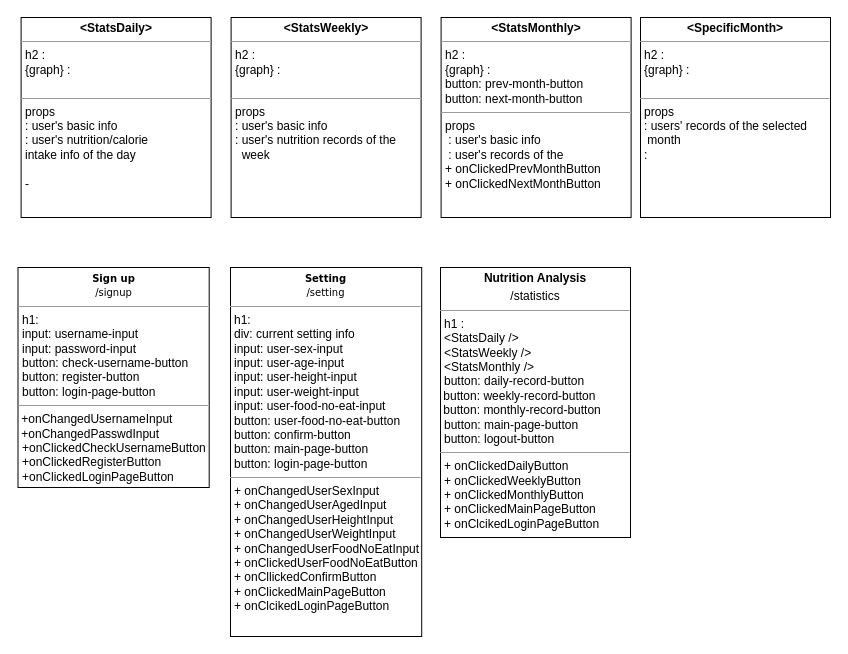
Above: diagrams/Bang.drawio in swsnu/swpp2021-team5 (draw.io), before the change. Source tidied: cells renumbered, new cells numbered last; positions are measured from the earlier drawing's top-left corner, leaving out a move shared by most shapes. Both pictures are drawn from the tidied source at 100%, with x=0, y=0 at pixel (18, 17).
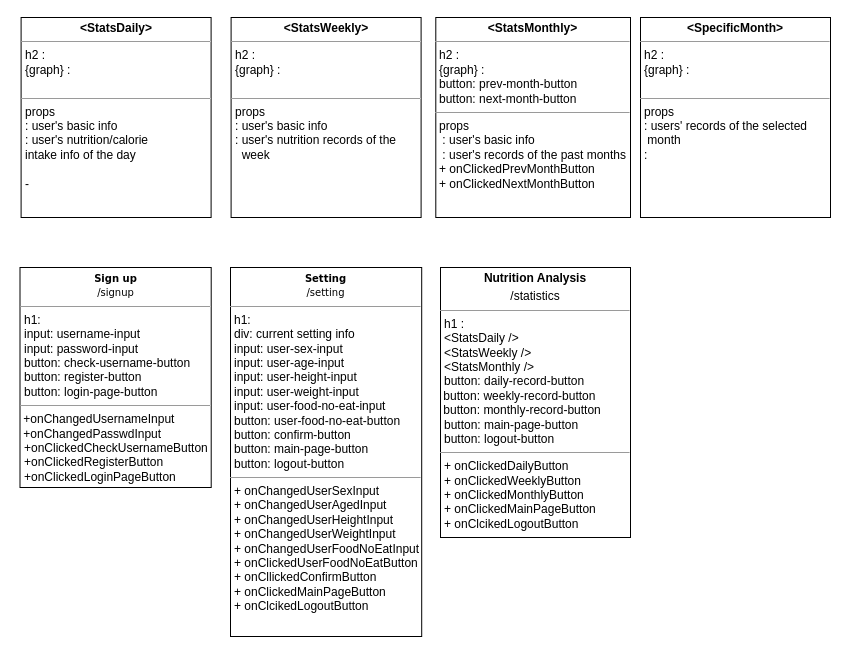
Above is the later version.

Diff of the diagram source:
```diff
@@
 <mxGraphModel>
   <root>
     <mxCell id="0" />
     <mxCell id="1" parent="0" />
     <mxCell id="2" value="&lt;p style=&quot;margin: 0px ; margin-top: 4px ; text-align: center&quot;&gt;&lt;b&gt;&amp;lt;StatsDaily&amp;gt;&lt;/b&gt;&lt;/p&gt;&lt;hr size=&quot;1&quot;&gt;&lt;p style=&quot;margin: 0px ; margin-left: 4px&quot;&gt;h2 :&amp;nbsp;&lt;br&gt;&lt;/p&gt;&lt;p style=&quot;margin: 0px ; margin-left: 4px&quot;&gt;{graph} :&amp;nbsp;&lt;/p&gt;&lt;p style=&quot;margin: 0px ; margin-left: 4px&quot;&gt;&lt;br&gt;&lt;/p&gt;&lt;hr size=&quot;1&quot;&gt;&lt;p style=&quot;margin: 0px ; margin-left: 4px&quot;&gt;props&lt;/p&gt;&lt;p style=&quot;margin: 0px ; margin-left: 4px&quot;&gt;: user's basic info&lt;br&gt;&lt;/p&gt;&lt;p style=&quot;margin: 0px ; margin-left: 4px&quot;&gt;: user's nutrition/calorie&lt;/p&gt;&lt;p style=&quot;margin: 0px ; margin-left: 4px&quot;&gt;intake info of the day&lt;/p&gt;&lt;p style=&quot;margin: 0px ; margin-left: 4px&quot;&gt;&lt;br&gt;&lt;/p&gt;&lt;p style=&quot;margin: 0px ; margin-left: 4px&quot;&gt;-&amp;nbsp;&lt;/p&gt;&lt;p style=&quot;margin: 0px ; margin-left: 4px&quot;&gt;&lt;br&gt;&lt;/p&gt;" style="verticalAlign=top;align=left;overflow=fill;fontSize=12;fontFamily=Helvetica;html=1;rounded=0;shadow=0;comic=0;labelBackgroundColor=none;strokeWidth=1;" parent="1" vertex="1">
       <mxGeometry x="2.6" width="190" height="200" as="geometry" />
     </mxCell>
     <mxCell id="3" value="&lt;p style=&quot;margin: 0px ; margin-top: 4px ; text-align: center&quot;&gt;&lt;b&gt;&amp;lt;StatsWeekly&amp;gt;&lt;/b&gt;&lt;/p&gt;&lt;hr size=&quot;1&quot;&gt;&lt;p style=&quot;margin: 0px ; margin-left: 4px&quot;&gt;h2 :&amp;nbsp;&lt;br&gt;&lt;/p&gt;&lt;p style=&quot;margin: 0px ; margin-left: 4px&quot;&gt;{graph} :&lt;br&gt;&lt;/p&gt;&lt;p style=&quot;margin: 0px ; margin-left: 4px&quot;&gt;&lt;br&gt;&lt;/p&gt;&lt;hr size=&quot;1&quot;&gt;&lt;p style=&quot;margin: 0px ; margin-left: 4px&quot;&gt;props&lt;/p&gt;&lt;p style=&quot;margin: 0px ; margin-left: 4px&quot;&gt;: user's basic info&lt;/p&gt;&lt;p style=&quot;margin: 0px ; margin-left: 4px&quot;&gt;: user's nutrition records of the&lt;/p&gt;&lt;p style=&quot;margin: 0px ; margin-left: 4px&quot;&gt;&amp;nbsp; week&lt;br&gt;&lt;/p&gt;" style="verticalAlign=top;align=left;overflow=fill;fontSize=12;fontFamily=Helvetica;html=1;rounded=0;shadow=0;comic=0;labelBackgroundColor=none;strokeWidth=1;" parent="1" vertex="1">
       <mxGeometry x="212.6" width="190" height="200" as="geometry" />
     </mxCell>
-    <mxCell id="4" value="&lt;p style=&quot;margin: 0px ; margin-top: 4px ; text-align: center&quot;&gt;&lt;b&gt;&amp;lt;StatsMonthly&amp;gt;&lt;/b&gt;&lt;/p&gt;&lt;hr size=&quot;1&quot;&gt;&lt;p style=&quot;margin: 0px ; margin-left: 4px&quot;&gt;h2 :&amp;nbsp;&lt;br&gt;&lt;/p&gt;&lt;p style=&quot;margin: 0px ; margin-left: 4px&quot;&gt;{graph} :&lt;br&gt;&lt;/p&gt;&lt;p style=&quot;margin: 0px ; margin-left: 4px&quot;&gt;button: prev-month-button&lt;/p&gt;&lt;p style=&quot;margin: 0px ; margin-left: 4px&quot;&gt;button: next-month-button&lt;/p&gt;&lt;hr size=&quot;1&quot;&gt;&lt;p style=&quot;margin: 0px 0px 0px 4px&quot;&gt;props&lt;/p&gt;&lt;p style=&quot;margin: 0px 0px 0px 4px&quot;&gt;&amp;nbsp;: user's basic info&lt;/p&gt;&lt;p style=&quot;margin: 0px 0px 0px 4px&quot;&gt;&amp;nbsp;: user's records of the&lt;/p&gt;&lt;p style=&quot;margin: 0px 0px 0px 4px&quot;&gt;+ onClickedPrevMonthButton&lt;/p&gt;&lt;p style=&quot;margin: 0px 0px 0px 4px&quot;&gt;+ onClickedNextMonthButton&lt;/p&gt;" style="verticalAlign=top;align=left;overflow=fill;fontSize=12;fontFamily=Helvetica;html=1;rounded=0;shadow=0;comic=0;labelBackgroundColor=none;strokeWidth=1;" parent="1" vertex="1">
-      <mxGeometry x="422.6" width="190" height="200" as="geometry" />
+    <mxCell id="4" value="&lt;p style=&quot;margin: 0px ; margin-top: 4px ; text-align: center&quot;&gt;&lt;b&gt;&amp;lt;StatsMonthly&amp;gt;&lt;/b&gt;&lt;/p&gt;&lt;hr size=&quot;1&quot;&gt;&lt;p style=&quot;margin: 0px ; margin-left: 4px&quot;&gt;h2 :&amp;nbsp;&lt;br&gt;&lt;/p&gt;&lt;p style=&quot;margin: 0px ; margin-left: 4px&quot;&gt;{graph} :&lt;br&gt;&lt;/p&gt;&lt;p style=&quot;margin: 0px ; margin-left: 4px&quot;&gt;button: prev-month-button&lt;/p&gt;&lt;p style=&quot;margin: 0px ; margin-left: 4px&quot;&gt;button: next-month-button&lt;/p&gt;&lt;hr size=&quot;1&quot;&gt;&lt;p style=&quot;margin: 0px 0px 0px 4px&quot;&gt;props&lt;/p&gt;&lt;p style=&quot;margin: 0px 0px 0px 4px&quot;&gt;&amp;nbsp;: user's basic info&lt;/p&gt;&lt;p style=&quot;margin: 0px 0px 0px 4px&quot;&gt;&amp;nbsp;: user's records of the past months&lt;/p&gt;&lt;p style=&quot;margin: 0px 0px 0px 4px&quot;&gt;+ onClickedPrevMonthButton&lt;/p&gt;&lt;p style=&quot;margin: 0px 0px 0px 4px&quot;&gt;+ onClickedNextMonthButton&lt;/p&gt;" style="verticalAlign=top;align=left;overflow=fill;fontSize=12;fontFamily=Helvetica;html=1;rounded=0;shadow=0;comic=0;labelBackgroundColor=none;strokeWidth=1;" parent="1" vertex="1">
+      <mxGeometry x="417.3" width="194.7" height="200" as="geometry" />
     </mxCell>
-    <mxCell id="5" value="&lt;p style=&quot;margin: 0px ; margin-top: 4px ; text-align: center&quot;&gt;&lt;b&gt;Nutrition Analysis&lt;/b&gt;&lt;/p&gt;&lt;p style=&quot;margin: 0px ; margin-top: 4px ; text-align: center&quot;&gt;/statistics&lt;/p&gt;&lt;hr size=&quot;1&quot;&gt;&lt;p style=&quot;margin: 0px ; margin-left: 4px&quot;&gt;h1 :&amp;nbsp;&lt;/p&gt;&lt;p style=&quot;margin: 0px ; margin-left: 4px&quot;&gt;&amp;lt;StatsDaily /&amp;gt;&lt;/p&gt;&lt;p style=&quot;margin: 0px ; margin-left: 4px&quot;&gt;&amp;lt;StatsWeekly /&amp;gt;&lt;/p&gt;&lt;p style=&quot;margin: 0px ; margin-left: 4px&quot;&gt;&amp;lt;StatsMonthly /&amp;gt;&lt;/p&gt;&lt;p style=&quot;margin: 0px ; margin-left: 4px&quot;&gt;button: daily-record-button&lt;/p&gt;&amp;nbsp;button:&amp;nbsp;&lt;span&gt;weekly-record-button&amp;nbsp;&lt;/span&gt;&lt;br&gt;&amp;nbsp;button:&amp;nbsp;&lt;span&gt;monthly-record-button&lt;/span&gt;&lt;br&gt;&lt;p style=&quot;margin: 0px 0px 0px 4px&quot;&gt;button: main-page-button&lt;/p&gt;&lt;p style=&quot;margin: 0px 0px 0px 4px&quot;&gt;button: logout-button&lt;/p&gt;&lt;hr size=&quot;1&quot;&gt;&lt;p style=&quot;margin: 0px 0px 0px 4px&quot;&gt;+ onClickedDailyButton&lt;/p&gt;&lt;p style=&quot;margin: 0px 0px 0px 4px&quot;&gt;+ onClickedWeeklyButton&lt;/p&gt;&lt;p style=&quot;margin: 0px 0px 0px 4px&quot;&gt;+ onClickedMonthlyButton&amp;nbsp;&lt;/p&gt;&lt;p style=&quot;margin: 0px 0px 0px 4px&quot;&gt;+ onClickedMainPageButton&lt;/p&gt;&lt;p style=&quot;margin: 0px 0px 0px 4px&quot;&gt;+ onClcikedLoginPageButton&lt;/p&gt;" style="verticalAlign=top;align=left;overflow=fill;fontSize=12;fontFamily=Helvetica;html=1;rounded=0;shadow=0;comic=0;labelBackgroundColor=none;strokeWidth=1;" parent="1" vertex="1">
+    <mxCell id="5" value="&lt;p style=&quot;margin: 0px ; margin-top: 4px ; text-align: center&quot;&gt;&lt;b&gt;Nutrition Analysis&lt;/b&gt;&lt;/p&gt;&lt;p style=&quot;margin: 0px ; margin-top: 4px ; text-align: center&quot;&gt;/statistics&lt;/p&gt;&lt;hr size=&quot;1&quot;&gt;&lt;p style=&quot;margin: 0px ; margin-left: 4px&quot;&gt;h1 :&amp;nbsp;&lt;/p&gt;&lt;p style=&quot;margin: 0px ; margin-left: 4px&quot;&gt;&amp;lt;StatsDaily /&amp;gt;&lt;/p&gt;&lt;p style=&quot;margin: 0px ; margin-left: 4px&quot;&gt;&amp;lt;StatsWeekly /&amp;gt;&lt;/p&gt;&lt;p style=&quot;margin: 0px ; margin-left: 4px&quot;&gt;&amp;lt;StatsMonthly /&amp;gt;&lt;/p&gt;&lt;p style=&quot;margin: 0px ; margin-left: 4px&quot;&gt;button: daily-record-button&lt;/p&gt;&amp;nbsp;button:&amp;nbsp;&lt;span&gt;weekly-record-button&amp;nbsp;&lt;/span&gt;&lt;br&gt;&amp;nbsp;button:&amp;nbsp;&lt;span&gt;monthly-record-button&lt;/span&gt;&lt;br&gt;&lt;p style=&quot;margin: 0px 0px 0px 4px&quot;&gt;button: main-page-button&lt;/p&gt;&lt;p style=&quot;margin: 0px 0px 0px 4px&quot;&gt;button: logout-button&lt;/p&gt;&lt;hr size=&quot;1&quot;&gt;&lt;p style=&quot;margin: 0px 0px 0px 4px&quot;&gt;+ onClickedDailyButton&lt;/p&gt;&lt;p style=&quot;margin: 0px 0px 0px 4px&quot;&gt;+ onClickedWeeklyButton&lt;/p&gt;&lt;p style=&quot;margin: 0px 0px 0px 4px&quot;&gt;+ onClickedMonthlyButton&amp;nbsp;&lt;/p&gt;&lt;p style=&quot;margin: 0px 0px 0px 4px&quot;&gt;+ onClickedMainPageButton&lt;/p&gt;&lt;p style=&quot;margin: 0px 0px 0px 4px&quot;&gt;+ onClcikedLogoutButton&lt;/p&gt;" style="verticalAlign=top;align=left;overflow=fill;fontSize=12;fontFamily=Helvetica;html=1;rounded=0;shadow=0;comic=0;labelBackgroundColor=none;strokeWidth=1;" parent="1" vertex="1">
       <mxGeometry x="422" y="250" width="190" height="270" as="geometry" />
     </mxCell>
     <mxCell id="6" value="&lt;p style=&quot;margin: 4px 0px 0px ; text-align: center&quot;&gt;&lt;b style=&quot;font-family: &amp;#34;verdana&amp;#34; ; font-size: 10px&quot;&gt;Sign up&lt;/b&gt;&lt;br style=&quot;font-family: &amp;#34;verdana&amp;#34; ; font-size: 10px&quot;&gt;&lt;span style=&quot;font-family: &amp;#34;verdana&amp;#34; ; font-size: 10px&quot;&gt;/signup&lt;/span&gt;&lt;br&gt;&lt;/p&gt;&lt;hr size=&quot;1&quot;&gt;&lt;p style=&quot;margin: 0px 0px 0px 4px&quot;&gt;h1:&lt;/p&gt;&lt;p style=&quot;margin: 0px 0px 0px 4px&quot;&gt;input: username-input&lt;/p&gt;&lt;p style=&quot;margin: 0px 0px 0px 4px&quot;&gt;input: password-input&lt;/p&gt;&lt;p style=&quot;margin: 0px 0px 0px 4px&quot;&gt;button: check-username-button&lt;/p&gt;&lt;p style=&quot;margin: 0px 0px 0px 4px&quot;&gt;button: register-button&lt;/p&gt;&lt;p style=&quot;margin: 0px 0px 0px 4px&quot;&gt;button: login-page-button&lt;/p&gt;&lt;hr size=&quot;1&quot;&gt;&amp;nbsp;+onChangedUsernameInput&lt;br&gt;&amp;nbsp;+onChangedPasswdInput&lt;br&gt;&lt;p style=&quot;margin: 0px 0px 0px 4px&quot;&gt;+onClickedCheckUsernameButton&lt;/p&gt;&lt;p style=&quot;margin: 0px 0px 0px 4px&quot;&gt;+onClickedRegisterButton&lt;/p&gt;&lt;p style=&quot;margin: 0px 0px 0px 4px&quot;&gt;+onClickedLoginPageButton&lt;/p&gt;" style="verticalAlign=top;align=left;overflow=fill;fontSize=12;fontFamily=Helvetica;html=1;" parent="1" vertex="1">
-      <mxGeometry x="-0.5" y="250" width="191.2" height="220" as="geometry" />
+      <mxGeometry x="1.5" y="250" width="191.2" height="220" as="geometry" />
     </mxCell>
-    <mxCell id="7" value="&lt;p style=&quot;margin: 4px 0px 0px ; text-align: center&quot;&gt;&lt;b style=&quot;font-family: &amp;#34;verdana&amp;#34; ; font-size: 10px&quot;&gt;Setting&lt;/b&gt;&lt;br style=&quot;font-family: &amp;#34;verdana&amp;#34; ; font-size: 10px&quot;&gt;&lt;span style=&quot;font-family: &amp;#34;verdana&amp;#34; ; font-size: 10px&quot;&gt;/setting&lt;/span&gt;&lt;br&gt;&lt;/p&gt;&lt;hr size=&quot;1&quot;&gt;&lt;p style=&quot;margin: 0px 0px 0px 4px&quot;&gt;h1:&amp;nbsp;&lt;/p&gt;&lt;p style=&quot;margin: 0px 0px 0px 4px&quot;&gt;div: current setting info&lt;/p&gt;&lt;p style=&quot;margin: 0px 0px 0px 4px&quot;&gt;input: user-sex-input&lt;/p&gt;&lt;p style=&quot;margin: 0px 0px 0px 4px&quot;&gt;input: user-age-input&lt;/p&gt;&lt;p style=&quot;margin: 0px 0px 0px 4px&quot;&gt;input: user-height-input&lt;/p&gt;&lt;p style=&quot;margin: 0px 0px 0px 4px&quot;&gt;input: user-weight-input&lt;/p&gt;&lt;p style=&quot;margin: 0px 0px 0px 4px&quot;&gt;input: user-food-no-eat-input&lt;br&gt;&lt;/p&gt;&lt;p style=&quot;margin: 0px 0px 0px 4px&quot;&gt;button: user-food-no-eat-button&lt;/p&gt;&lt;p style=&quot;margin: 0px 0px 0px 4px&quot;&gt;&lt;span&gt;button: confirm-button&lt;/span&gt;&lt;br&gt;&lt;/p&gt;&lt;p style=&quot;margin: 0px 0px 0px 4px&quot;&gt;button: main-page-button&lt;/p&gt;&lt;p style=&quot;margin: 0px 0px 0px 4px&quot;&gt;button: login-page-button&lt;/p&gt;&lt;hr size=&quot;1&quot;&gt;&lt;p style=&quot;margin: 0px 0px 0px 4px&quot;&gt;+ onChangedUserSexInput&lt;/p&gt;&lt;p style=&quot;margin: 0px 0px 0px 4px&quot;&gt;+ onChangedUserAgedInput&lt;/p&gt;&lt;p style=&quot;margin: 0px 0px 0px 4px&quot;&gt;+ onChangedUserHeightInput&lt;/p&gt;&lt;p style=&quot;margin: 0px 0px 0px 4px&quot;&gt;+ onChangedUserWeightInput&lt;/p&gt;&lt;p style=&quot;margin: 0px 0px 0px 4px&quot;&gt;+ onChangedUserFoodNoEatInput&lt;/p&gt;&lt;p style=&quot;margin: 0px 0px 0px 4px&quot;&gt;+ onClickedUserFoodNoEatButton&lt;/p&gt;&lt;p style=&quot;margin: 0px 0px 0px 4px&quot;&gt;+ onCllickedConfirmButton&lt;/p&gt;&lt;p style=&quot;margin: 0px 0px 0px 4px&quot;&gt;+ onClickedMainPageButton&lt;/p&gt;&lt;p style=&quot;margin: 0px 0px 0px 4px&quot;&gt;+ onClcikedLoginPageButton&lt;/p&gt;&lt;p style=&quot;margin: 0px 0px 0px 4px&quot;&gt;&lt;br&gt;&lt;/p&gt;" style="verticalAlign=top;align=left;overflow=fill;fontSize=12;fontFamily=Helvetica;html=1;" parent="1" vertex="1">
+    <mxCell id="7" value="&lt;p style=&quot;margin: 4px 0px 0px ; text-align: center&quot;&gt;&lt;b style=&quot;font-family: &amp;#34;verdana&amp;#34; ; font-size: 10px&quot;&gt;Setting&lt;/b&gt;&lt;br style=&quot;font-family: &amp;#34;verdana&amp;#34; ; font-size: 10px&quot;&gt;&lt;span style=&quot;font-family: &amp;#34;verdana&amp;#34; ; font-size: 10px&quot;&gt;/setting&lt;/span&gt;&lt;br&gt;&lt;/p&gt;&lt;hr size=&quot;1&quot;&gt;&lt;p style=&quot;margin: 0px 0px 0px 4px&quot;&gt;h1:&amp;nbsp;&lt;/p&gt;&lt;p style=&quot;margin: 0px 0px 0px 4px&quot;&gt;div: current setting info&lt;/p&gt;&lt;p style=&quot;margin: 0px 0px 0px 4px&quot;&gt;input: user-sex-input&lt;/p&gt;&lt;p style=&quot;margin: 0px 0px 0px 4px&quot;&gt;input: user-age-input&lt;/p&gt;&lt;p style=&quot;margin: 0px 0px 0px 4px&quot;&gt;input: user-height-input&lt;/p&gt;&lt;p style=&quot;margin: 0px 0px 0px 4px&quot;&gt;input: user-weight-input&lt;/p&gt;&lt;p style=&quot;margin: 0px 0px 0px 4px&quot;&gt;input: user-food-no-eat-input&lt;br&gt;&lt;/p&gt;&lt;p style=&quot;margin: 0px 0px 0px 4px&quot;&gt;button: user-food-no-eat-button&lt;/p&gt;&lt;p style=&quot;margin: 0px 0px 0px 4px&quot;&gt;&lt;span&gt;button: confirm-button&lt;/span&gt;&lt;br&gt;&lt;/p&gt;&lt;p style=&quot;margin: 0px 0px 0px 4px&quot;&gt;button: main-page-button&lt;/p&gt;&lt;p style=&quot;margin: 0px 0px 0px 4px&quot;&gt;button: logout-button&lt;/p&gt;&lt;hr size=&quot;1&quot;&gt;&lt;p style=&quot;margin: 0px 0px 0px 4px&quot;&gt;+ onChangedUserSexInput&lt;/p&gt;&lt;p style=&quot;margin: 0px 0px 0px 4px&quot;&gt;+ onChangedUserAgedInput&lt;/p&gt;&lt;p style=&quot;margin: 0px 0px 0px 4px&quot;&gt;+ onChangedUserHeightInput&lt;/p&gt;&lt;p style=&quot;margin: 0px 0px 0px 4px&quot;&gt;+ onChangedUserWeightInput&lt;/p&gt;&lt;p style=&quot;margin: 0px 0px 0px 4px&quot;&gt;+ onChangedUserFoodNoEatInput&lt;/p&gt;&lt;p style=&quot;margin: 0px 0px 0px 4px&quot;&gt;+ onClickedUserFoodNoEatButton&lt;/p&gt;&lt;p style=&quot;margin: 0px 0px 0px 4px&quot;&gt;+ onCllickedConfirmButton&lt;/p&gt;&lt;p style=&quot;margin: 0px 0px 0px 4px&quot;&gt;+ onClickedMainPageButton&lt;/p&gt;&lt;p style=&quot;margin: 0px 0px 0px 4px&quot;&gt;+ onClcikedLogoutButton&lt;/p&gt;&lt;p style=&quot;margin: 0px 0px 0px 4px&quot;&gt;&lt;br&gt;&lt;/p&gt;" style="verticalAlign=top;align=left;overflow=fill;fontSize=12;fontFamily=Helvetica;html=1;" parent="1" vertex="1">
       <mxGeometry x="212" y="250" width="191.2" height="369" as="geometry" />
     </mxCell>
     <mxCell id="8" style="edgeStyle=orthogonalEdgeStyle;rounded=0;orthogonalLoop=1;jettySize=auto;html=1;exitX=0.5;exitY=1;exitDx=0;exitDy=0;" parent="1" edge="1" source="3" target="3">
       <mxGeometry relative="1" as="geometry" />
     </mxCell>
     <mxCell id="9" value="&lt;p style=&quot;margin: 0px ; margin-top: 4px ; text-align: center&quot;&gt;&lt;b&gt;&amp;lt;SpecificMonth&amp;gt;&lt;/b&gt;&lt;/p&gt;&lt;hr size=&quot;1&quot;&gt;&lt;p style=&quot;margin: 0px ; margin-left: 4px&quot;&gt;h2 :&amp;nbsp;&lt;br&gt;&lt;/p&gt;&lt;p style=&quot;margin: 0px ; margin-left: 4px&quot;&gt;{graph} :&lt;br&gt;&lt;/p&gt;&lt;p style=&quot;margin: 0px ; margin-left: 4px&quot;&gt;&lt;br&gt;&lt;/p&gt;&lt;hr size=&quot;1&quot;&gt;&lt;p style=&quot;margin: 0px ; margin-left: 4px&quot;&gt;props&lt;/p&gt;&lt;p style=&quot;margin: 0px ; margin-left: 4px&quot;&gt;: users' records of the selected&lt;/p&gt;&lt;p style=&quot;margin: 0px ; margin-left: 4px&quot;&gt;&amp;nbsp;month&lt;/p&gt;&lt;p style=&quot;margin: 0px ; margin-left: 4px&quot;&gt;:&amp;nbsp;&lt;/p&gt;" style="verticalAlign=top;align=left;overflow=fill;fontSize=12;fontFamily=Helvetica;html=1;rounded=0;shadow=0;comic=0;labelBackgroundColor=none;strokeWidth=1;" parent="1" vertex="1">
       <mxGeometry x="622" width="190" height="200" as="geometry" />
     </mxCell>
   </root>
 </mxGraphModel>
```
